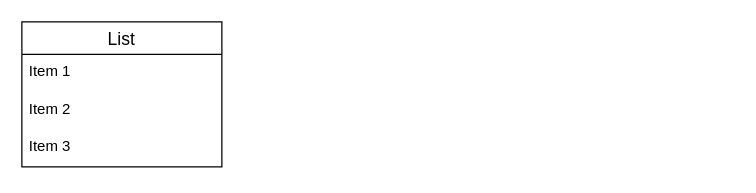
This is ola_website.drawio from olaa30-j/portfolio, a draw.io file, before an edit. Source tidied: cells renumbered, new cells numbered last; positions are measured from the earlier drawing's top-left corner, leaving out a move shared by most shapes. Both pictures are drawn from the tidied source at 125%, with x=0, y=0 at pixel (21, 21).
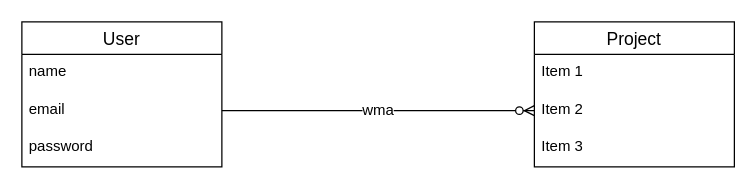
Above is the later version.

Diff of the diagram source:
```diff
@@
 <mxGraphModel>
   <root>
     <mxCell id="0" />
     <mxCell id="1" parent="0" />
-    <mxCell id="2" value="List" style="swimlane;fontStyle=0;horizontal=1;startSize=26;align=center;fontSize=14;" parent="1" vertex="1">
+    <mxCell id="2" value="User" style="swimlane;fontStyle=0;horizontal=1;startSize=26;align=center;fontSize=14;" parent="1" vertex="1">
       <mxGeometry width="160" height="116" as="geometry" />
     </mxCell>
-    <mxCell id="3" value="Item 1" style="text;strokeColor=none;fillColor=none;spacingLeft=4;spacingRight=4;overflow=hidden;fontSize=12;whiteSpace=wrap;html=1;" parent="2" vertex="1">
+    <mxCell id="3" value="name" style="text;strokeColor=none;fillColor=none;spacingLeft=4;spacingRight=4;overflow=hidden;fontSize=12;whiteSpace=wrap;html=1;" parent="2" vertex="1">
       <mxGeometry y="26" width="160" height="30" as="geometry" />
     </mxCell>
-    <mxCell id="4" value="Item 2" style="text;strokeColor=none;fillColor=none;spacingLeft=4;spacingRight=4;overflow=hidden;points=[[0,0.5],[1,0.5]];portConstraint=eastwest;fontSize=12;whiteSpace=wrap;html=1;" parent="2" vertex="1">
+    <mxCell id="4" value="email" style="text;strokeColor=none;fillColor=none;spacingLeft=4;spacingRight=4;overflow=hidden;points=[[0,0.5],[1,0.5]];portConstraint=eastwest;fontSize=12;whiteSpace=wrap;html=1;" parent="2" vertex="1">
       <mxGeometry y="56" width="160" height="30" as="geometry" />
     </mxCell>
-    <mxCell id="5" value="Item 3" style="text;strokeColor=none;fillColor=none;spacingLeft=4;spacingRight=4;overflow=hidden;fontSize=12;whiteSpace=wrap;html=1;" parent="2" vertex="1">
+    <mxCell id="5" value="password" style="text;strokeColor=none;fillColor=none;spacingLeft=4;spacingRight=4;overflow=hidden;fontSize=12;whiteSpace=wrap;html=1;" parent="2" vertex="1">
       <mxGeometry y="86" width="160" height="30" as="geometry" />
     </mxCell>
+    <mxCell id="6" value="Project" style="swimlane;fontStyle=0;horizontal=1;startSize=26;align=center;fontSize=14;" parent="1" vertex="1">
+      <mxGeometry x="410" width="160" height="116" as="geometry" />
+    </mxCell>
+    <mxCell id="7" value="Item 1" style="text;strokeColor=none;fillColor=none;spacingLeft=4;spacingRight=4;overflow=hidden;fontSize=12;whiteSpace=wrap;html=1;" parent="6" vertex="1">
+      <mxGeometry y="26" width="160" height="30" as="geometry" />
+    </mxCell>
+    <mxCell id="8" value="Item 2" style="text;strokeColor=none;fillColor=none;spacingLeft=4;spacingRight=4;overflow=hidden;points=[[0,0.5],[1,0.5]];portConstraint=eastwest;fontSize=12;whiteSpace=wrap;html=1;" parent="6" vertex="1">
+      <mxGeometry y="56" width="160" height="30" as="geometry" />
+    </mxCell>
+    <mxCell id="9" value="Item 3" style="text;strokeColor=none;fillColor=none;spacingLeft=4;spacingRight=4;overflow=hidden;fontSize=12;whiteSpace=wrap;html=1;" parent="6" vertex="1">
+      <mxGeometry y="86" width="160" height="30" as="geometry" />
+    </mxCell>
+    <mxCell id="10" value="wma" style="edgeStyle=entityRelationEdgeStyle;fontSize=12;html=1;endArrow=ERzeroToMany;endFill=1;rounded=0;exitX=1;exitY=0.5;exitDx=0;exitDy=0;entryX=0;entryY=0.5;entryDx=0;entryDy=0;" parent="1" edge="1" source="4" target="8">
+      <mxGeometry relative="1" as="geometry" />
+    </mxCell>
   </root>
 </mxGraphModel>
```
